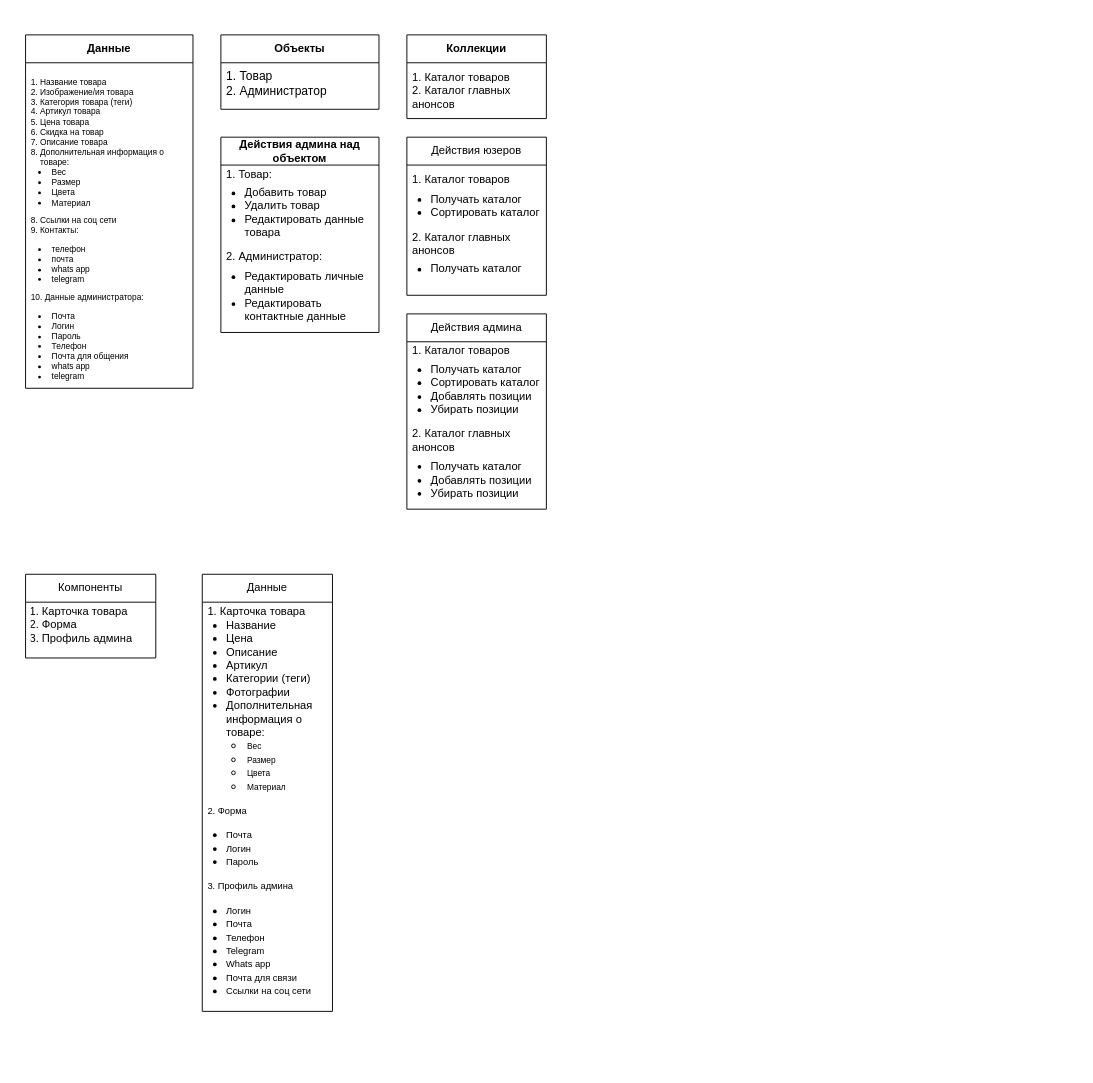
Earlier version of the draw.io diagram margiana.drawio (FulgrimPhoenix/My-UML). Source tidied: cells renumbered, new cells numbered last; positions are measured from the earlier drawing's top-left corner, leaving out a move shared by most shapes. Both pictures are drawn from the tidied source at 93%, with x=0, y=0 at pixel (25, 34).
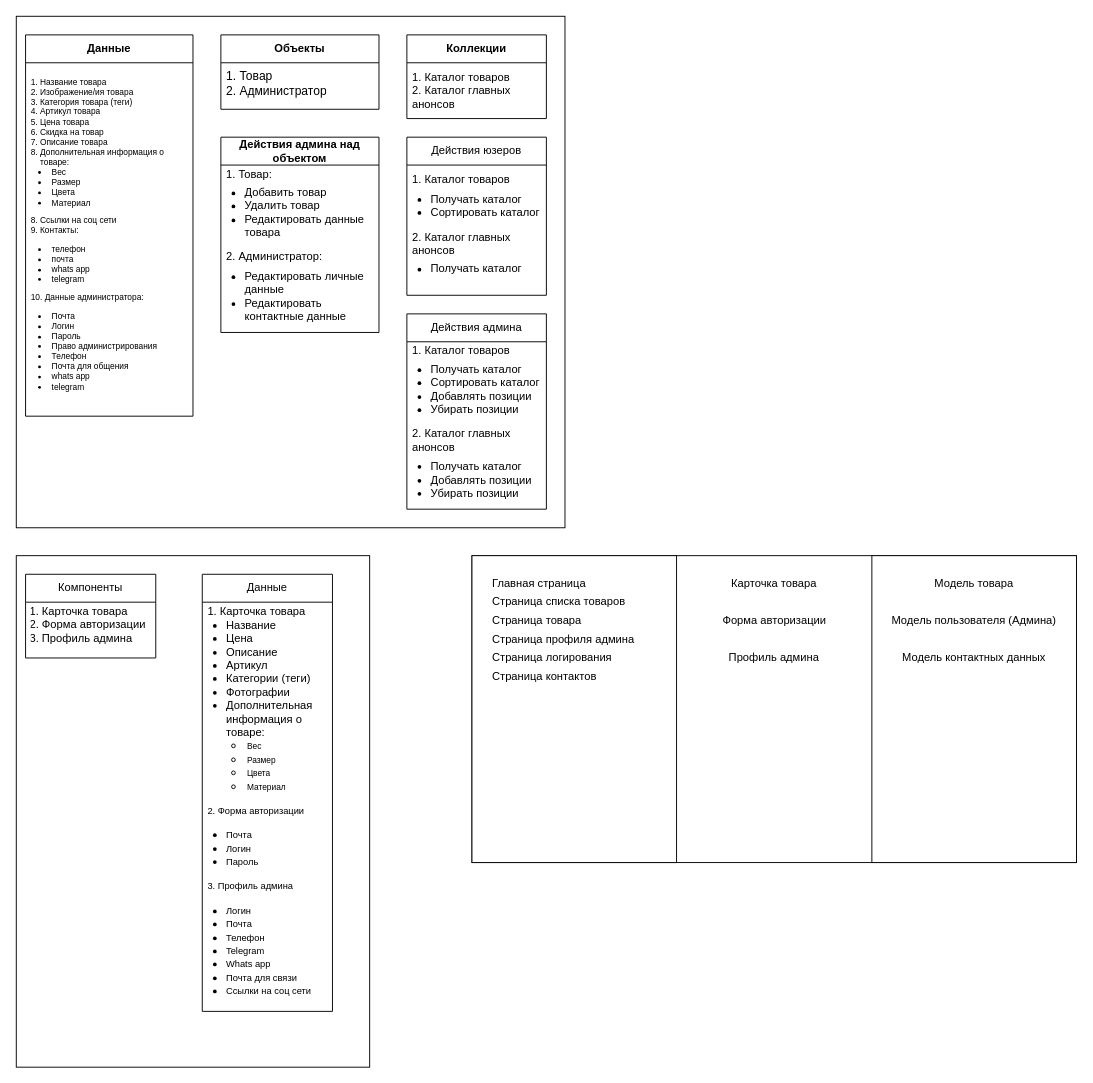
After the change.

The change refers to these unchanged cells:
```xml
<mxCell id="14" value="Компоненты" style="swimlane;fontStyle=0;horizontal=1;startSize=30;whiteSpace=wrap;html=1;" parent="1" vertex="1">
  <mxGeometry y="580" width="140" height="90" as="geometry" />
</mxCell>
<mxCell id="16" value="Данные" style="swimlane;fontStyle=0;horizontal=1;startSize=30;whiteSpace=wrap;html=1;" parent="1" vertex="1">
  <mxGeometry x="190" y="580" width="140" height="470" as="geometry" />
</mxCell>
```

What changed in the source:
```diff
@@
+    <mxCell id="18" style="rounded=0;whiteSpace=wrap;html=1;" parent="1" vertex="1">
+      <mxGeometry x="-10" y="-20" width="590" height="550" as="geometry" />
+    </mxCell>
+    <mxCell id="19" style="rounded=0;whiteSpace=wrap;html=1;" parent="1" vertex="1">
+      <mxGeometry x="-10" y="560" width="380" height="550" as="geometry" />
+    </mxCell>
     <mxCell id="2" value="&lt;b&gt;Данные&lt;/b&gt;" style="swimlane;fontStyle=0;horizontal=1;startSize=30;whiteSpace=wrap;html=1;" parent="1" vertex="1">
-      <mxGeometry width="180" height="380" as="geometry" />
+      <mxGeometry width="180" height="410" as="geometry" />
     </mxCell>
-    <mxCell id="3" value="&lt;p style=&quot;font-size: 8px;&quot;&gt;&lt;/p&gt;&lt;ol style=&quot;padding-left: 10px; padding-bottom: 0px; margin-bottom: 0px; font-size: 9px;&quot;&gt;&lt;li&gt;&lt;font style=&quot;font-size: 9px;&quot;&gt;Название товара&lt;/font&gt;&lt;/li&gt;&lt;li&gt;&lt;font style=&quot;font-size: 9px;&quot;&gt;Изображение/ия товара&lt;/font&gt;&lt;/li&gt;&lt;li&gt;&lt;font style=&quot;font-size: 9px;&quot;&gt;Категория товара (теги)&lt;/font&gt;&lt;/li&gt;&lt;li&gt;&lt;font style=&quot;font-size: 9px;&quot;&gt;Артикул товара&lt;/font&gt;&lt;/li&gt;&lt;li&gt;&lt;font style=&quot;font-size: 9px;&quot;&gt;Цена товара&lt;/font&gt;&lt;/li&gt;&lt;li&gt;&lt;font style=&quot;font-size: 9px;&quot;&gt;Скидка на товар&lt;/font&gt;&lt;/li&gt;&lt;li&gt;&lt;font style=&quot;font-size: 9px;&quot;&gt;Описание товара&lt;/font&gt;&lt;/li&gt;&lt;li&gt;&lt;font style=&quot;font-size: 9px;&quot;&gt;Дополнительная информация о товаре:&lt;/font&gt;&lt;/li&gt;&lt;/ol&gt;&lt;ul style=&quot;padding-left: 20px; margin-top: 0px; margin-left: 0px; font-size: 9px;&quot;&gt;&lt;li&gt;&lt;font style=&quot;font-size: 9px;&quot;&gt;&amp;nbsp;Вес&lt;/font&gt;&lt;/li&gt;&lt;li&gt;&lt;font style=&quot;font-size: 9px;&quot;&gt;&amp;nbsp;Размер&lt;/font&gt;&lt;/li&gt;&lt;li&gt;&lt;font style=&quot;font-size: 9px;&quot;&gt;&amp;nbsp;Цвета&lt;/font&gt;&lt;/li&gt;&lt;li&gt;&lt;font style=&quot;font-size: 9px;&quot;&gt;&amp;nbsp;Материал&lt;/font&gt;&lt;/li&gt;&lt;/ul&gt;&lt;font style=&quot;font-size: 9px;&quot;&gt;&lt;span style=&quot;background-color: initial;&quot;&gt;8. Ссылки на соц сети&lt;/span&gt;&lt;br&gt;&lt;span style=&quot;background-color: initial;&quot;&gt;9. Контакты:&lt;/span&gt;&lt;br&gt;&lt;/font&gt;&lt;p style=&quot;font-size: 9px;&quot;&gt;&lt;/p&gt;&lt;p style=&quot;line-height: 120%; font-size: 9px;&quot;&gt;&lt;/p&gt;&lt;ul style=&quot;padding-left: 20px; margin-top: 0px; margin-bottom: 0px; line-height: 120%; font-size: 9px;&quot;&gt;&lt;li&gt;&lt;font style=&quot;font-size: 9px;&quot;&gt;&amp;nbsp;телефон&lt;/font&gt;&lt;/li&gt;&lt;li&gt;&lt;font style=&quot;font-size: 9px;&quot;&gt;&amp;nbsp;почта&lt;/font&gt;&lt;/li&gt;&lt;li&gt;&lt;font style=&quot;font-size: 9px;&quot;&gt;&amp;nbsp;whats app&lt;/font&gt;&lt;/li&gt;&lt;li&gt;&lt;font style=&quot;font-size: 9px;&quot;&gt;&amp;nbsp;telegram&lt;/font&gt;&lt;/li&gt;&lt;/ul&gt;&lt;p style=&quot;font-size: 9px;&quot;&gt;&lt;/p&gt;&lt;p style=&quot;font-size: 9px;&quot;&gt;&lt;font style=&quot;font-size: 9px;&quot;&gt;10. Данные администратора:&lt;/font&gt;&lt;/p&gt;&lt;p style=&quot;font-size: 9px;&quot;&gt;&lt;/p&gt;&lt;ul style=&quot;padding-left: 20px; font-size: 9px;&quot;&gt;&lt;li&gt;&lt;font style=&quot;font-size: 9px;&quot;&gt;&amp;nbsp;Почта&lt;/font&gt;&lt;/li&gt;&lt;li&gt;&lt;font style=&quot;font-size: 9px;&quot;&gt;&amp;nbsp;Логин&lt;/font&gt;&lt;/li&gt;&lt;li&gt;&lt;font style=&quot;font-size: 9px;&quot;&gt;&amp;nbsp;Пароль&lt;/font&gt;&lt;/li&gt;&lt;li&gt;&lt;font style=&quot;font-size: 9px;&quot;&gt;&amp;nbsp;Телефон&lt;/font&gt;&lt;/li&gt;&lt;li&gt;&lt;font style=&quot;font-size: 9px;&quot;&gt;&amp;nbsp;Почта для общения&lt;/font&gt;&lt;/li&gt;&lt;li&gt;&lt;font style=&quot;font-size: 9px;&quot;&gt;&amp;nbsp;whats app&lt;/font&gt;&lt;/li&gt;&lt;li&gt;&lt;font style=&quot;font-size: 9px;&quot;&gt;&amp;nbsp;telegram&lt;/font&gt;&lt;/li&gt;&lt;/ul&gt;&lt;p&gt;&lt;/p&gt;" style="text;strokeColor=none;fillColor=none;align=left;verticalAlign=top;spacingLeft=4;spacingRight=4;overflow=hidden;whiteSpace=wrap;html=1;fontSize=8;" parent="2" vertex="1">
-      <mxGeometry y="30" width="180" height="350" as="geometry" />
+    <mxCell id="3" value="&lt;p style=&quot;font-size: 8px;&quot;&gt;&lt;/p&gt;&lt;ol style=&quot;padding-left: 10px; padding-bottom: 0px; margin-bottom: 0px; font-size: 9px;&quot;&gt;&lt;li&gt;&lt;font style=&quot;font-size: 9px;&quot;&gt;Название товара&lt;/font&gt;&lt;/li&gt;&lt;li&gt;&lt;font style=&quot;font-size: 9px;&quot;&gt;Изображение/ия товара&lt;/font&gt;&lt;/li&gt;&lt;li&gt;&lt;font style=&quot;font-size: 9px;&quot;&gt;Категория товара (теги)&lt;/font&gt;&lt;/li&gt;&lt;li&gt;&lt;font style=&quot;font-size: 9px;&quot;&gt;Артикул товара&lt;/font&gt;&lt;/li&gt;&lt;li&gt;&lt;font style=&quot;font-size: 9px;&quot;&gt;Цена товара&lt;/font&gt;&lt;/li&gt;&lt;li&gt;&lt;font style=&quot;font-size: 9px;&quot;&gt;Скидка на товар&lt;/font&gt;&lt;/li&gt;&lt;li&gt;&lt;font style=&quot;font-size: 9px;&quot;&gt;Описание товара&lt;/font&gt;&lt;/li&gt;&lt;li&gt;&lt;font style=&quot;font-size: 9px;&quot;&gt;Дополнительная информация о товаре:&lt;/font&gt;&lt;/li&gt;&lt;/ol&gt;&lt;ul style=&quot;padding-left: 20px; margin-top: 0px; margin-left: 0px; font-size: 9px;&quot;&gt;&lt;li&gt;&lt;font style=&quot;font-size: 9px;&quot;&gt;&amp;nbsp;Вес&lt;/font&gt;&lt;/li&gt;&lt;li&gt;&lt;font style=&quot;font-size: 9px;&quot;&gt;&amp;nbsp;Размер&lt;/font&gt;&lt;/li&gt;&lt;li&gt;&lt;font style=&quot;font-size: 9px;&quot;&gt;&amp;nbsp;Цвета&lt;/font&gt;&lt;/li&gt;&lt;li&gt;&lt;font style=&quot;font-size: 9px;&quot;&gt;&amp;nbsp;Материал&lt;/font&gt;&lt;/li&gt;&lt;/ul&gt;&lt;font style=&quot;font-size: 9px;&quot;&gt;&lt;span style=&quot;background-color: initial;&quot;&gt;8. Ссылки на соц сети&lt;/span&gt;&lt;br&gt;&lt;span style=&quot;background-color: initial;&quot;&gt;9. Контакты:&lt;/span&gt;&lt;br&gt;&lt;/font&gt;&lt;p style=&quot;font-size: 9px;&quot;&gt;&lt;/p&gt;&lt;p style=&quot;line-height: 120%; font-size: 9px;&quot;&gt;&lt;/p&gt;&lt;ul style=&quot;padding-left: 20px; margin-top: 0px; margin-bottom: 0px; line-height: 120%; font-size: 9px;&quot;&gt;&lt;li&gt;&lt;font style=&quot;font-size: 9px;&quot;&gt;&amp;nbsp;телефон&lt;/font&gt;&lt;/li&gt;&lt;li&gt;&lt;font style=&quot;font-size: 9px;&quot;&gt;&amp;nbsp;почта&lt;/font&gt;&lt;/li&gt;&lt;li&gt;&lt;font style=&quot;font-size: 9px;&quot;&gt;&amp;nbsp;whats app&lt;/font&gt;&lt;/li&gt;&lt;li&gt;&lt;font style=&quot;font-size: 9px;&quot;&gt;&amp;nbsp;telegram&lt;/font&gt;&lt;/li&gt;&lt;/ul&gt;&lt;p style=&quot;font-size: 9px;&quot;&gt;&lt;/p&gt;&lt;p style=&quot;font-size: 9px;&quot;&gt;&lt;font style=&quot;font-size: 9px;&quot;&gt;10. Данные администратора:&lt;/font&gt;&lt;/p&gt;&lt;p style=&quot;font-size: 9px;&quot;&gt;&lt;/p&gt;&lt;ul style=&quot;padding-left: 20px; font-size: 9px;&quot;&gt;&lt;li&gt;&lt;font style=&quot;font-size: 9px;&quot;&gt;&amp;nbsp;Почта&lt;/font&gt;&lt;/li&gt;&lt;li&gt;&lt;font style=&quot;font-size: 9px;&quot;&gt;&amp;nbsp;Логин&lt;/font&gt;&lt;/li&gt;&lt;li&gt;&lt;font style=&quot;font-size: 9px;&quot;&gt;&amp;nbsp;Пароль&lt;/font&gt;&lt;/li&gt;&lt;li&gt;&amp;nbsp;Право администрирования&amp;nbsp;&lt;/li&gt;&lt;li&gt;&lt;font style=&quot;font-size: 9px;&quot;&gt;&amp;nbsp;Телефон&lt;/font&gt;&lt;/li&gt;&lt;li&gt;&lt;font style=&quot;font-size: 9px;&quot;&gt;&amp;nbsp;Почта для общения&lt;/font&gt;&lt;/li&gt;&lt;li&gt;&lt;font style=&quot;font-size: 9px;&quot;&gt;&amp;nbsp;whats app&lt;/font&gt;&lt;/li&gt;&lt;li&gt;&lt;font style=&quot;font-size: 9px;&quot;&gt;&amp;nbsp;telegram&lt;/font&gt;&lt;/li&gt;&lt;/ul&gt;&lt;p&gt;&lt;/p&gt;" style="text;strokeColor=none;fillColor=none;align=left;verticalAlign=top;spacingLeft=4;spacingRight=4;overflow=hidden;whiteSpace=wrap;html=1;fontSize=8;" parent="2" vertex="1">
+      <mxGeometry y="30" width="180" height="380" as="geometry" />
     </mxCell>
@@
-    <mxCell id="15" value="&lt;ol style=&quot;padding-left: 12px; margin-top: 0px;&quot;&gt;&lt;li&gt;Карточка товара&lt;/li&gt;&lt;li&gt;Форма&lt;/li&gt;&lt;li&gt;Профиль админа&lt;/li&gt;&lt;/ol&gt;" style="text;strokeColor=none;fillColor=none;align=left;verticalAlign=middle;spacingLeft=4;spacingRight=4;overflow=hidden;whiteSpace=wrap;html=1;" parent="14" vertex="1">
+    <mxCell id="15" value="&lt;ol style=&quot;padding-left: 12px; margin-top: 0px;&quot;&gt;&lt;li&gt;Карточка товара&lt;/li&gt;&lt;li&gt;Форма авторизации&lt;/li&gt;&lt;li&gt;Профиль админа&lt;/li&gt;&lt;/ol&gt;" style="text;strokeColor=none;fillColor=none;align=left;verticalAlign=middle;spacingLeft=4;spacingRight=4;overflow=hidden;whiteSpace=wrap;html=1;" parent="14" vertex="1">
       <mxGeometry y="30" width="140" height="60" as="geometry" />
     </mxCell>
@@
-    <mxCell id="17" value="1. Карточка товара&lt;div&gt;&lt;ul style=&quot;padding-left: 20px; margin-top: 0px;&quot;&gt;&lt;li&gt;Название&lt;/li&gt;&lt;li&gt;Цена&lt;/li&gt;&lt;li&gt;Описание&lt;/li&gt;&lt;li&gt;Артикул&lt;/li&gt;&lt;li&gt;Категории (теги)&lt;/li&gt;&lt;li&gt;Фотографии&lt;/li&gt;&lt;li&gt;Дополнительная информация о товаре:&lt;/li&gt;&lt;ul style=&quot;padding-left: 20px;&quot;&gt;&lt;li&gt;&lt;span style=&quot;background-color: initial; font-size: 9px;&quot;&gt;&amp;nbsp;Вес&lt;/span&gt;&lt;/li&gt;&lt;li&gt;&lt;span style=&quot;background-color: initial; font-size: 9px;&quot;&gt;&amp;nbsp;Размер&lt;/span&gt;&lt;/li&gt;&lt;li&gt;&lt;span style=&quot;background-color: initial; font-size: 9px;&quot;&gt;&amp;nbsp;Цвета&lt;/span&gt;&lt;/li&gt;&lt;li&gt;&lt;span style=&quot;background-color: initial; font-size: 9px;&quot;&gt;&amp;nbsp;Материал&lt;/span&gt;&lt;/li&gt;&lt;/ul&gt;&lt;/ul&gt;&lt;div&gt;&lt;font size=&quot;1&quot;&gt;2. Форма&lt;/font&gt;&lt;/div&gt;&lt;/div&gt;&lt;div&gt;&lt;ul style=&quot;padding-left: 20px;&quot;&gt;&lt;li&gt;&lt;font size=&quot;1&quot;&gt;Почта&lt;/font&gt;&lt;/li&gt;&lt;li&gt;&lt;font size=&quot;1&quot;&gt;Логин&lt;/font&gt;&lt;/li&gt;&lt;li&gt;&lt;font size=&quot;1&quot;&gt;Пароль&lt;/font&gt;&lt;/li&gt;&lt;/ul&gt;&lt;div&gt;&lt;font size=&quot;1&quot;&gt;3. Профиль админа&lt;/font&gt;&lt;/div&gt;&lt;/div&gt;&lt;div&gt;&lt;ul style=&quot;padding-left: 20px;&quot;&gt;&lt;li&gt;&lt;font size=&quot;1&quot;&gt;Логин&lt;/font&gt;&lt;/li&gt;&lt;li&gt;&lt;font size=&quot;1&quot;&gt;Почта&lt;/font&gt;&lt;/li&gt;&lt;li&gt;&lt;font size=&quot;1&quot;&gt;Телефон&lt;/font&gt;&lt;/li&gt;&lt;li&gt;&lt;font size=&quot;1&quot;&gt;Telegram&lt;/font&gt;&lt;/li&gt;&lt;li&gt;&lt;font size=&quot;1&quot;&gt;Whats app&lt;/font&gt;&lt;/li&gt;&lt;li&gt;&lt;font size=&quot;1&quot;&gt;Почта для связи&lt;/font&gt;&lt;/li&gt;&lt;li&gt;&lt;font size=&quot;1&quot;&gt;Ссылки на соц сети&lt;/font&gt;&lt;/li&gt;&lt;/ul&gt;&lt;/div&gt;" style="text;strokeColor=none;fillColor=none;align=left;verticalAlign=middle;spacingLeft=4;spacingRight=4;overflow=hidden;whiteSpace=wrap;html=1;" parent="16" vertex="1">
+    <mxCell id="17" value="1. Карточка товара&lt;div&gt;&lt;ul style=&quot;padding-left: 20px; margin-top: 0px;&quot;&gt;&lt;li&gt;Название&lt;/li&gt;&lt;li&gt;Цена&lt;/li&gt;&lt;li&gt;Описание&lt;/li&gt;&lt;li&gt;Артикул&lt;/li&gt;&lt;li&gt;Категории (теги)&lt;/li&gt;&lt;li&gt;Фотографии&lt;/li&gt;&lt;li&gt;Дополнительная информация о товаре:&lt;/li&gt;&lt;ul style=&quot;padding-left: 20px;&quot;&gt;&lt;li&gt;&lt;span style=&quot;background-color: initial; font-size: 9px;&quot;&gt;&amp;nbsp;Вес&lt;/span&gt;&lt;/li&gt;&lt;li&gt;&lt;span style=&quot;background-color: initial; font-size: 9px;&quot;&gt;&amp;nbsp;Размер&lt;/span&gt;&lt;/li&gt;&lt;li&gt;&lt;span style=&quot;background-color: initial; font-size: 9px;&quot;&gt;&amp;nbsp;Цвета&lt;/span&gt;&lt;/li&gt;&lt;li&gt;&lt;span style=&quot;background-color: initial; font-size: 9px;&quot;&gt;&amp;nbsp;Материал&lt;/span&gt;&lt;/li&gt;&lt;/ul&gt;&lt;/ul&gt;&lt;div&gt;&lt;font size=&quot;1&quot;&gt;2. Форма авторизации&lt;/font&gt;&lt;/div&gt;&lt;/div&gt;&lt;div&gt;&lt;ul style=&quot;padding-left: 20px;&quot;&gt;&lt;li&gt;&lt;font size=&quot;1&quot;&gt;Почта&lt;/font&gt;&lt;/li&gt;&lt;li&gt;&lt;font size=&quot;1&quot;&gt;Логин&lt;/font&gt;&lt;/li&gt;&lt;li&gt;&lt;font size=&quot;1&quot;&gt;Пароль&lt;/font&gt;&lt;/li&gt;&lt;/ul&gt;&lt;div&gt;&lt;font size=&quot;1&quot;&gt;3. Профиль админа&lt;/font&gt;&lt;/div&gt;&lt;/div&gt;&lt;div&gt;&lt;ul style=&quot;padding-left: 20px;&quot;&gt;&lt;li&gt;&lt;font size=&quot;1&quot;&gt;Логин&lt;/font&gt;&lt;/li&gt;&lt;li&gt;&lt;font size=&quot;1&quot;&gt;Почта&lt;/font&gt;&lt;/li&gt;&lt;li&gt;&lt;font size=&quot;1&quot;&gt;Телефон&lt;/font&gt;&lt;/li&gt;&lt;li&gt;&lt;font size=&quot;1&quot;&gt;Telegram&lt;/font&gt;&lt;/li&gt;&lt;li&gt;&lt;font size=&quot;1&quot;&gt;Whats app&lt;/font&gt;&lt;/li&gt;&lt;li&gt;&lt;font size=&quot;1&quot;&gt;Почта для связи&lt;/font&gt;&lt;/li&gt;&lt;li&gt;&lt;font size=&quot;1&quot;&gt;Ссылки на соц сети&lt;/font&gt;&lt;/li&gt;&lt;/ul&gt;&lt;/div&gt;" style="text;strokeColor=none;fillColor=none;align=left;verticalAlign=middle;spacingLeft=4;spacingRight=4;overflow=hidden;whiteSpace=wrap;html=1;" parent="16" vertex="1">
       <mxGeometry y="30" width="140" height="440" as="geometry" />
     </mxCell>
+    <mxCell id="20" style="rounded=0;whiteSpace=wrap;html=1;" parent="1" vertex="1">
+      <mxGeometry x="480" y="560" width="650" height="330" as="geometry" />
+    </mxCell>
+    <mxCell id="21" style="rounded=0;whiteSpace=wrap;html=1;align=left;" parent="1" vertex="1">
+      <mxGeometry x="480" y="560" width="220" height="330" as="geometry" />
+    </mxCell>
+    <mxCell id="22" style="rounded=0;whiteSpace=wrap;html=1;" parent="1" vertex="1">
+      <mxGeometry x="910" y="560" width="220" height="330" as="geometry" />
+    </mxCell>
+    <mxCell id="23" value="&lt;span style=&quot;background-color: initial;&quot;&gt;Страница профиля админа&lt;/span&gt;" style="text;html=1;align=left;verticalAlign=middle;whiteSpace=wrap;rounded=0;" parent="1" vertex="1">
+      <mxGeometry x="500" y="640" width="160" height="20" as="geometry" />
+    </mxCell>
+    <mxCell id="24" value="&lt;span style=&quot;&quot;&gt;Страница логирования&lt;/span&gt;" style="text;html=1;align=left;verticalAlign=middle;whiteSpace=wrap;rounded=0;" parent="1" vertex="1">
+      <mxGeometry x="500" y="660" width="150" height="20" as="geometry" />
+    </mxCell>
+    <mxCell id="25" value="&lt;span style=&quot;background-color: initial;&quot;&gt;Страница товара&lt;/span&gt;" style="text;html=1;align=left;verticalAlign=middle;whiteSpace=wrap;rounded=0;" parent="1" vertex="1">
+      <mxGeometry x="500" y="620" width="160" height="20" as="geometry" />
+    </mxCell>
+    <mxCell id="26" value="Страница списка товаров" style="text;html=1;align=left;verticalAlign=middle;whiteSpace=wrap;rounded=0;" parent="1" vertex="1">
+      <mxGeometry x="500" y="600" width="160" height="20" as="geometry" />
+    </mxCell>
+    <mxCell id="27" value="Главная страница" style="text;html=1;align=left;verticalAlign=middle;whiteSpace=wrap;rounded=0;" parent="1" vertex="1">
+      <mxGeometry x="500" y="580" width="150" height="20" as="geometry" />
+    </mxCell>
+    <mxCell id="28" value="Карточка товара" style="text;html=1;align=center;verticalAlign=middle;whiteSpace=wrap;rounded=0;" parent="1" vertex="1">
+      <mxGeometry x="735" y="580" width="140" height="20" as="geometry" />
+    </mxCell>
+    <mxCell id="29" value="Модель товара" style="text;html=1;align=center;verticalAlign=middle;whiteSpace=wrap;rounded=0;" parent="1" vertex="1">
+      <mxGeometry x="970" y="580" width="100" height="20" as="geometry" />
+    </mxCell>
+    <mxCell id="30" value="Форма авторизации" style="text;html=1;align=center;verticalAlign=middle;whiteSpace=wrap;rounded=0;" parent="1" vertex="1">
+      <mxGeometry x="747.5" y="620" width="115" height="20" as="geometry" />
+    </mxCell>
+    <mxCell id="31" value="Модель пользователя (Админа)" style="text;html=1;align=center;verticalAlign=middle;whiteSpace=wrap;rounded=0;" parent="1" vertex="1">
+      <mxGeometry x="930" y="620" width="180" height="20" as="geometry" />
+    </mxCell>
+    <mxCell id="32" value="Профиль админа" style="text;html=1;align=center;verticalAlign=middle;whiteSpace=wrap;rounded=0;" parent="1" vertex="1">
+      <mxGeometry x="730" y="662.5" width="150" height="15" as="geometry" />
+    </mxCell>
+    <mxCell id="33" value="&lt;span style=&quot;&quot;&gt;Страница контактов&lt;/span&gt;" style="text;html=1;align=left;verticalAlign=middle;whiteSpace=wrap;rounded=0;" parent="1" vertex="1">
+      <mxGeometry x="500" y="680" width="150" height="20" as="geometry" />
+    </mxCell>
+    <mxCell id="34" value="Модель контактных данных" style="text;html=1;align=center;verticalAlign=middle;whiteSpace=wrap;rounded=0;" parent="1" vertex="1">
+      <mxGeometry x="935" y="660" width="170" height="20" as="geometry" />
+    </mxCell>
```
